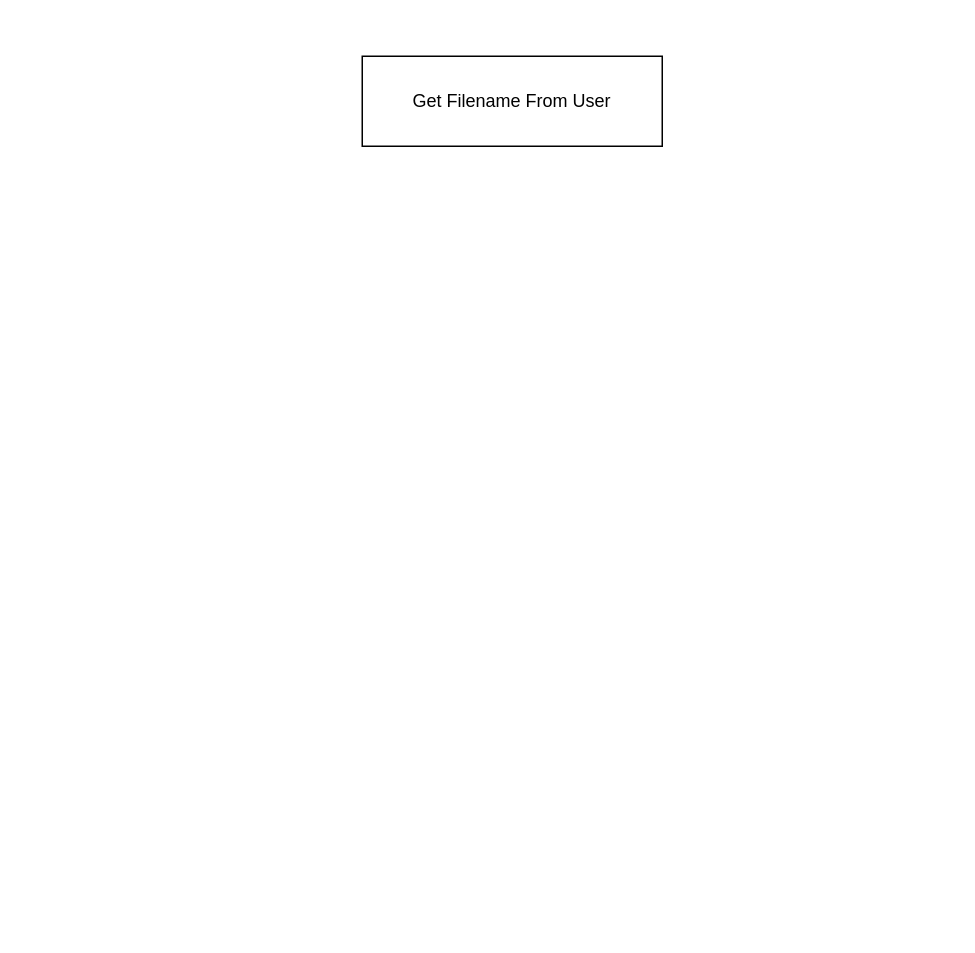
Before: Untitled Diagram.drawio in angusbarnes/ENGG100, a draw.io diagram. Source tidied: cells renumbered, new cells numbered last; positions are measured from the earlier drawing's top-left corner, leaving out a move shared by most shapes. Both pictures are drawn from the tidied source at 150%, with x=0, y=0 at pixel (362, 56).
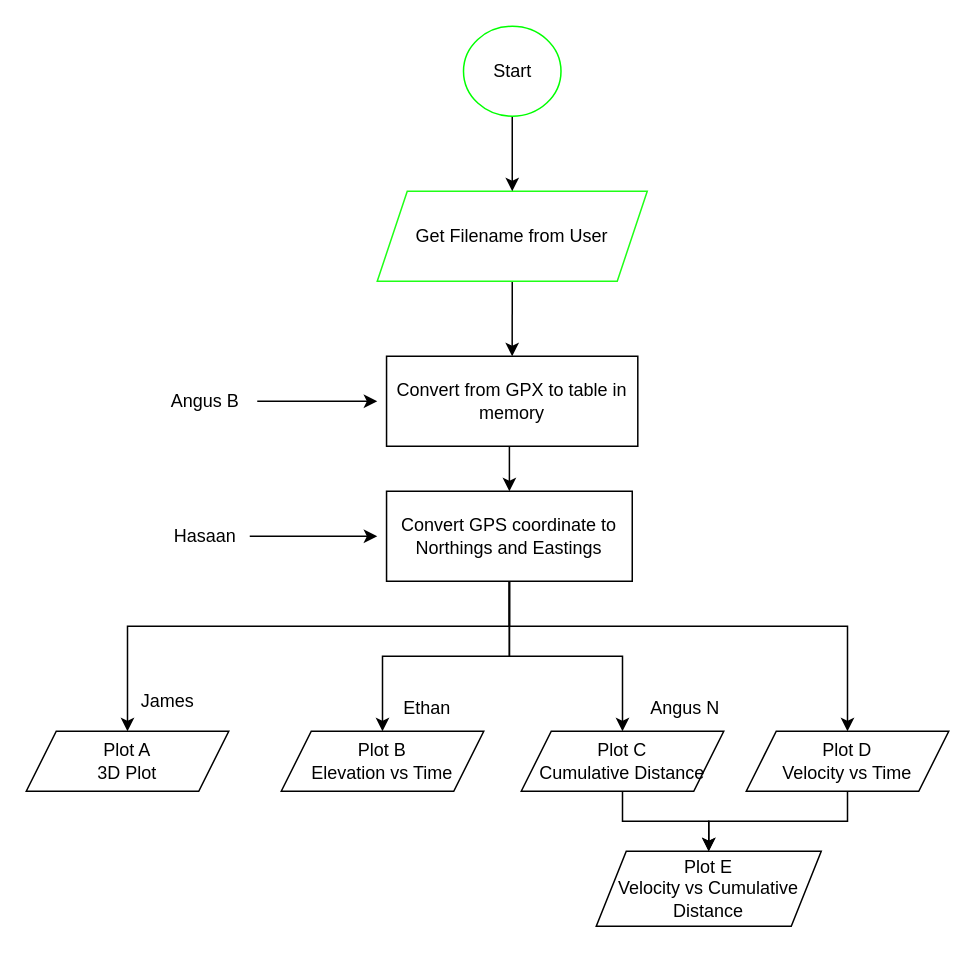
Above is the later version.

Diff of the diagram source:
```diff
@@
-    <mxCell id="2" value="Get Filename From User" style="rounded=0;whiteSpace=wrap;html=1;" parent="1" vertex="1">
-      <mxGeometry width="200" height="60" as="geometry" />
-    </mxCell>
+    <mxCell id="3" style="edgeStyle=orthogonalEdgeStyle;rounded=0;jettySize=auto;html=1;exitX=0.5;exitY=1;exitDx=0;exitDy=0;entryX=0.5;entryY=0;entryDx=0;entryDy=0;" parent="1" edge="1" source="4" target="8">
+      <mxGeometry relative="1" as="geometry" />
+    </mxCell>
+    <mxCell id="4" value="Get Filename from User" style="shape=parallelogram;perimeter=parallelogramPerimeter;whiteSpace=wrap;html=1;fixedSize=1;strokeColor=#1FFF17;" parent="1" vertex="1">
+      <mxGeometry x="10" y="90" width="180" height="60" as="geometry" />
+    </mxCell>
+    <mxCell id="5" style="edgeStyle=orthogonalEdgeStyle;rounded=0;jettySize=auto;html=1;exitX=0.5;exitY=1;exitDx=0;exitDy=0;entryX=0.5;entryY=0;entryDx=0;entryDy=0;" parent="1" edge="1" source="6" target="4">
+      <mxGeometry relative="1" as="geometry" />
+    </mxCell>
+    <mxCell id="6" value="Start" style="ellipse;whiteSpace=wrap;html=1;strokeColor=#00FF00;" parent="1" vertex="1">
+      <mxGeometry x="67.5" y="-20" width="65" height="60" as="geometry" />
+    </mxCell>
+    <mxCell id="7" style="edgeStyle=orthogonalEdgeStyle;rounded=0;jettySize=auto;html=1;exitX=0.5;exitY=1;exitDx=0;exitDy=0;entryX=0.5;entryY=0;entryDx=0;entryDy=0;" parent="1" edge="1" source="8" target="13">
+      <mxGeometry relative="1" as="geometry" />
+    </mxCell>
+    <mxCell id="8" value="Convert from GPX to table in memory" style="rounded=0;whiteSpace=wrap;html=1;" parent="1" vertex="1">
+      <mxGeometry x="16.2" y="200" width="167.5" height="60" as="geometry" />
+    </mxCell>
+    <mxCell id="9" style="edgeStyle=orthogonalEdgeStyle;rounded=0;jettySize=auto;html=1;entryX=0.5;entryY=0;entryDx=0;entryDy=0;" parent="1" edge="1" source="13" target="18">
+      <mxGeometry relative="1" as="geometry">
+        <Array as="points">
+          <mxPoint x="98" y="380" />
+          <mxPoint x="-156" y="380" />
+        </Array>
+      </mxGeometry>
+    </mxCell>
+    <mxCell id="10" style="edgeStyle=orthogonalEdgeStyle;rounded=0;jettySize=auto;html=1;exitX=0.5;exitY=1;exitDx=0;exitDy=0;entryX=0.5;entryY=0;entryDx=0;entryDy=0;" parent="1" edge="1" source="13" target="19">
+      <mxGeometry relative="1" as="geometry" />
+    </mxCell>
+    <mxCell id="11" style="edgeStyle=orthogonalEdgeStyle;rounded=0;jettySize=auto;html=1;exitX=0.5;exitY=1;exitDx=0;exitDy=0;entryX=0.5;entryY=0;entryDx=0;entryDy=0;" parent="1" edge="1" source="13" target="21">
+      <mxGeometry relative="1" as="geometry" />
+    </mxCell>
+    <mxCell id="12" style="edgeStyle=orthogonalEdgeStyle;rounded=0;jettySize=auto;html=1;exitX=0.5;exitY=1;exitDx=0;exitDy=0;entryX=0.5;entryY=0;entryDx=0;entryDy=0;" parent="1" edge="1" source="13" target="23">
+      <mxGeometry relative="1" as="geometry">
+        <Array as="points">
+          <mxPoint x="98" y="380" />
+          <mxPoint x="324" y="380" />
+        </Array>
+      </mxGeometry>
+    </mxCell>
+    <mxCell id="13" value="Convert GPS coordinate to Northings and Eastings" style="rounded=0;whiteSpace=wrap;html=1;" parent="1" vertex="1">
+      <mxGeometry x="16.2" y="290" width="163.8" height="60" as="geometry" />
+    </mxCell>
+    <mxCell id="14" style="edgeStyle=orthogonalEdgeStyle;rounded=0;jettySize=auto;html=1;" parent="1" edge="1" source="15">
+      <mxGeometry relative="1" as="geometry">
+        <mxPoint x="10" y="230" as="targetPoint" />
+      </mxGeometry>
+    </mxCell>
+    <mxCell id="15" value="Angus B" style="text;html=1;align=center;verticalAlign=middle;points=[];strokeColor=none;fillColor=none;" parent="1" vertex="1">
+      <mxGeometry x="-140" y="215" width="70" height="30" as="geometry" />
+    </mxCell>
+    <mxCell id="16" style="edgeStyle=orthogonalEdgeStyle;rounded=0;jettySize=auto;html=1;" parent="1" edge="1" source="17">
+      <mxGeometry relative="1" as="geometry">
+        <mxPoint x="10" y="320" as="targetPoint" />
+      </mxGeometry>
+    </mxCell>
+    <mxCell id="17" value="Hasaan" style="text;html=1;align=center;verticalAlign=middle;points=[];strokeColor=none;fillColor=none;" parent="1" vertex="1">
+      <mxGeometry x="-135" y="305" width="60" height="30" as="geometry" />
+    </mxCell>
+    <mxCell id="18" value="Plot A&lt;br&gt;3D Plot" style="shape=parallelogram;perimeter=parallelogramPerimeter;whiteSpace=wrap;html=1;fixedSize=1;strokeColor=#000000;" parent="1" vertex="1">
+      <mxGeometry x="-224" y="450" width="135" height="40" as="geometry" />
+    </mxCell>
+    <mxCell id="19" value="Plot B&lt;br&gt;Elevation vs Time" style="shape=parallelogram;perimeter=parallelogramPerimeter;whiteSpace=wrap;html=1;fixedSize=1;strokeColor=#000000;" parent="1" vertex="1">
+      <mxGeometry x="-54" y="450" width="135" height="40" as="geometry" />
+    </mxCell>
+    <mxCell id="20" style="edgeStyle=orthogonalEdgeStyle;rounded=0;jettySize=auto;html=1;entryX=0.5;entryY=0;entryDx=0;entryDy=0;" parent="1" edge="1" source="21" target="24">
+      <mxGeometry relative="1" as="geometry" />
+    </mxCell>
+    <mxCell id="21" value="Plot C&lt;br&gt;Cumulative Distance" style="shape=parallelogram;perimeter=parallelogramPerimeter;whiteSpace=wrap;html=1;fixedSize=1;strokeColor=#000000;" parent="1" vertex="1">
+      <mxGeometry x="106" y="450" width="135" height="40" as="geometry" />
+    </mxCell>
+    <mxCell id="22" style="edgeStyle=orthogonalEdgeStyle;rounded=0;jettySize=auto;html=1;" parent="1" edge="1" source="23" target="24">
+      <mxGeometry relative="1" as="geometry" />
+    </mxCell>
+    <mxCell id="23" value="Plot D&lt;br&gt;Velocity vs Time" style="shape=parallelogram;perimeter=parallelogramPerimeter;whiteSpace=wrap;html=1;fixedSize=1;strokeColor=#000000;" parent="1" vertex="1">
+      <mxGeometry x="256" y="450" width="135" height="40" as="geometry" />
+    </mxCell>
+    <mxCell id="24" value="Plot E&lt;br&gt;Velocity vs Cumulative Distance" style="shape=parallelogram;perimeter=parallelogramPerimeter;whiteSpace=wrap;html=1;fixedSize=1;strokeColor=#000000;" parent="1" vertex="1">
+      <mxGeometry x="156" y="530" width="150" height="50" as="geometry" />
+    </mxCell>
+    <mxCell id="25" value="James" style="text;html=1;align=center;verticalAlign=middle;strokeColor=none;fillColor=none;" parent="1" vertex="1">
+      <mxGeometry x="-160" y="415" width="60" height="30" as="geometry" />
+    </mxCell>
+    <mxCell id="26" value="Ethan" style="text;html=1;align=center;verticalAlign=middle;strokeColor=none;fillColor=none;" parent="1" vertex="1">
+      <mxGeometry x="17.5" y="420" width="50" height="30" as="geometry" />
+    </mxCell>
+    <mxCell id="27" value="Angus N" style="text;html=1;align=center;verticalAlign=middle;strokeColor=none;fillColor=none;" parent="1" vertex="1">
+      <mxGeometry x="180" y="420" width="70" height="30" as="geometry" />
+    </mxCell>
```
